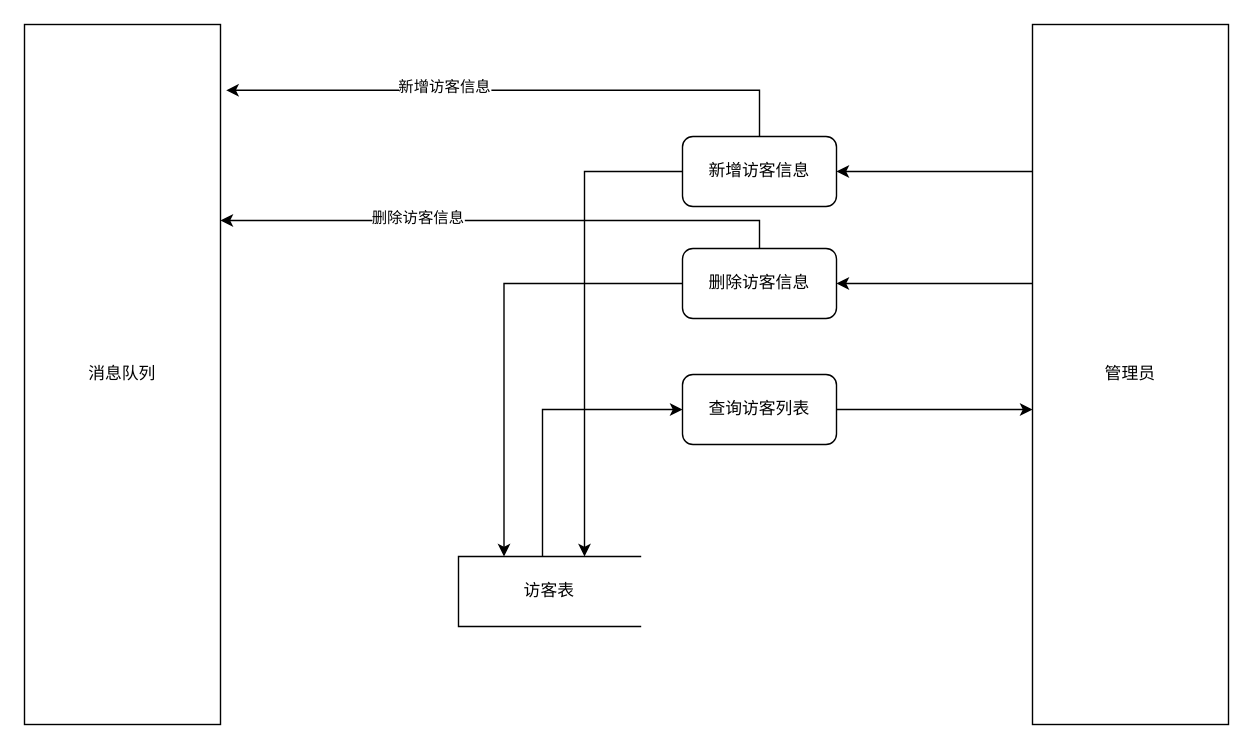
This is 访客管理.drawio from Alger-g/diagrams, a draw.io file, before an edit. Source tidied: cells renumbered, new cells numbered last; positions are measured from the earlier drawing's top-left corner, leaving out a move shared by most shapes. Both pictures are drawn from the tidied source at 140%, with x=0, y=0 at pixel (24, 24).
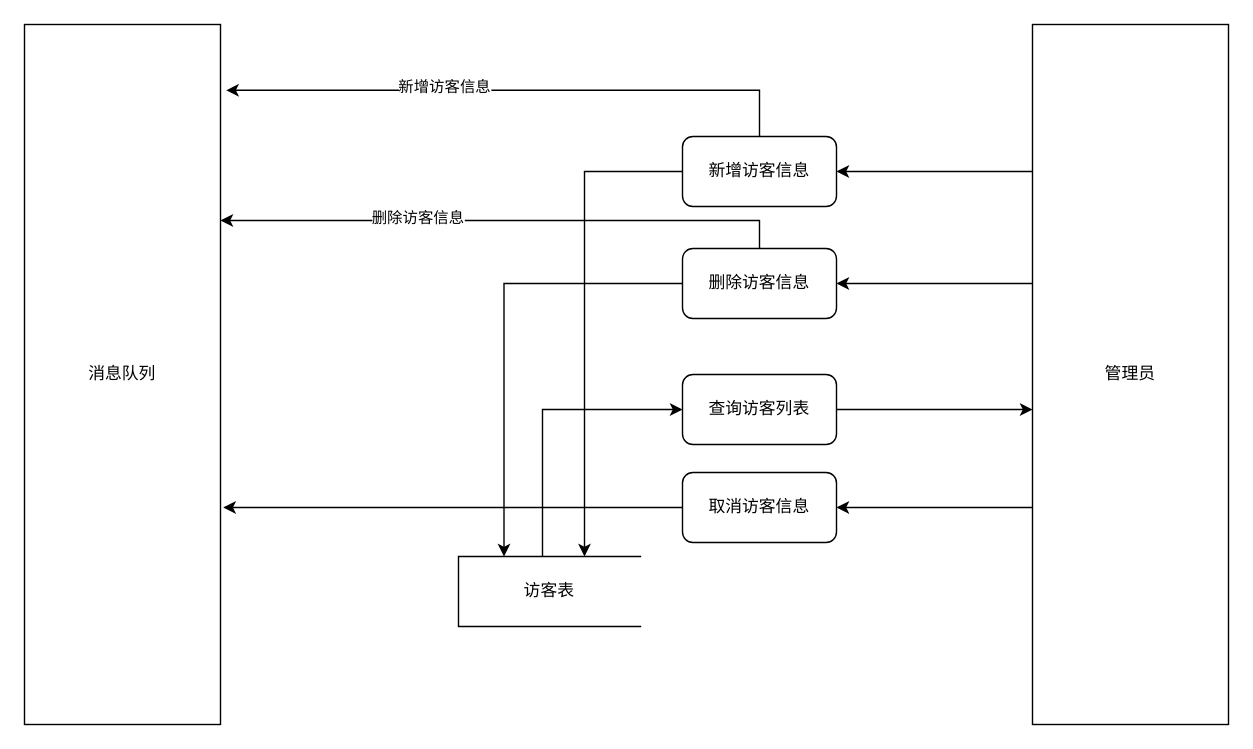
Above is the later version.

Commit message:
更新访客管理.drawio

Unchanged cells that the change refers to:
```xml
<mxCell id="4" value="消息队列" style="rounded=0;whiteSpace=wrap;html=1;" parent="1" vertex="1">
  <mxGeometry width="140" height="500" as="geometry" />
</mxCell>
<mxCell id="7" value="管理员" style="rounded=0;whiteSpace=wrap;html=1;" parent="1" vertex="1">
  <mxGeometry x="720" width="140" height="500" as="geometry" />
</mxCell>
```

Change to the diagram source:
```diff
@@
+    <mxCell id="18" style="edgeStyle=orthogonalEdgeStyle;rounded=0;jettySize=auto;html=1;entryX=1;entryY=0.5;entryDx=0;entryDy=0;" parent="1" edge="1" source="7" target="19">
+      <mxGeometry relative="1" as="geometry">
+        <Array as="points">
+          <mxPoint x="690" y="345" />
+          <mxPoint x="690" y="345" />
+        </Array>
+      </mxGeometry>
+    </mxCell>
@@
+    <mxCell id="19" value="取消访客信息" style="rounded=1;whiteSpace=wrap;html=1;" parent="1" vertex="1">
+      <mxGeometry x="470" y="320" width="110" height="50" as="geometry" />
+    </mxCell>
+    <mxCell id="20" style="edgeStyle=orthogonalEdgeStyle;rounded=0;jettySize=auto;html=1;entryX=1.014;entryY=0.69;entryDx=0;entryDy=0;entryPerimeter=0;" parent="1" edge="1" source="19" target="4">
+      <mxGeometry relative="1" as="geometry" />
+    </mxCell>
```
